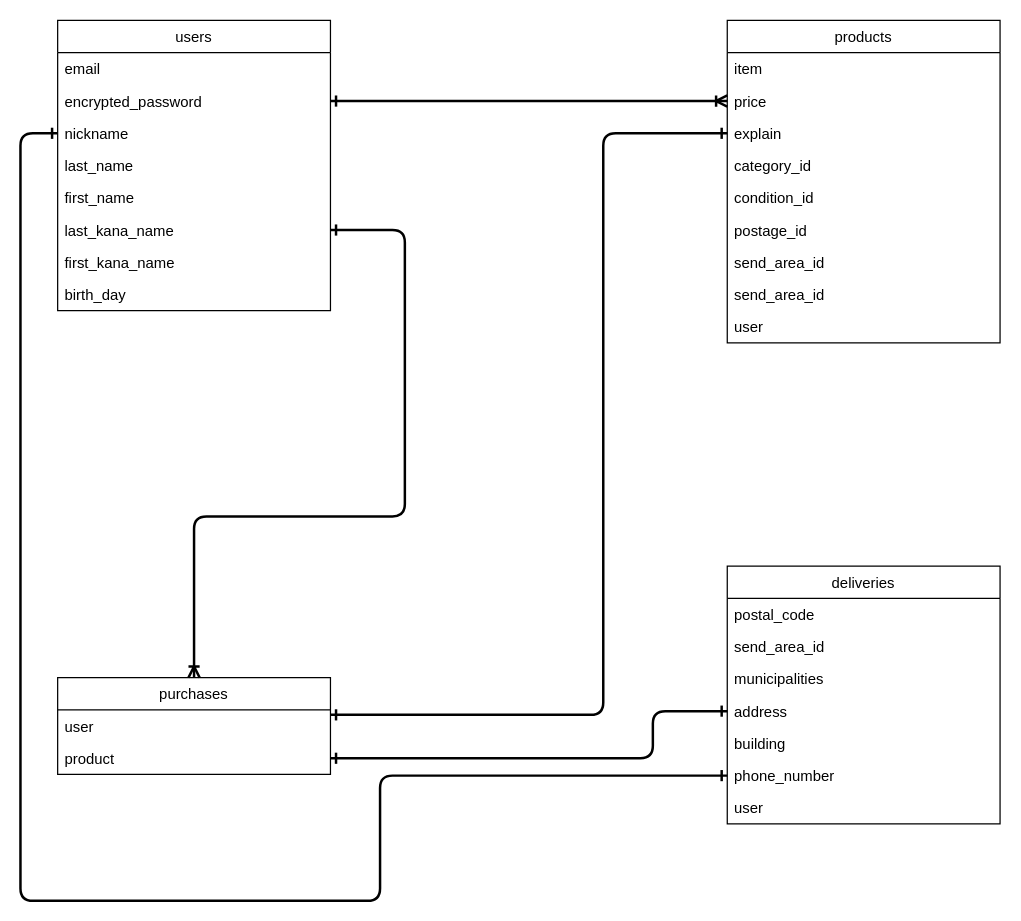
MSM-WOWL/furima-38145 keeps this draw.io diagram as Furima.dio. Above is the earlier version. Source tidied: cells renumbered, new cells numbered last; positions are measured from the earlier drawing's top-left corner, leaving out a move shared by most shapes. Both pictures are drawn from the tidied source at 124%, with x=0, y=0 at pixel (20, 20).
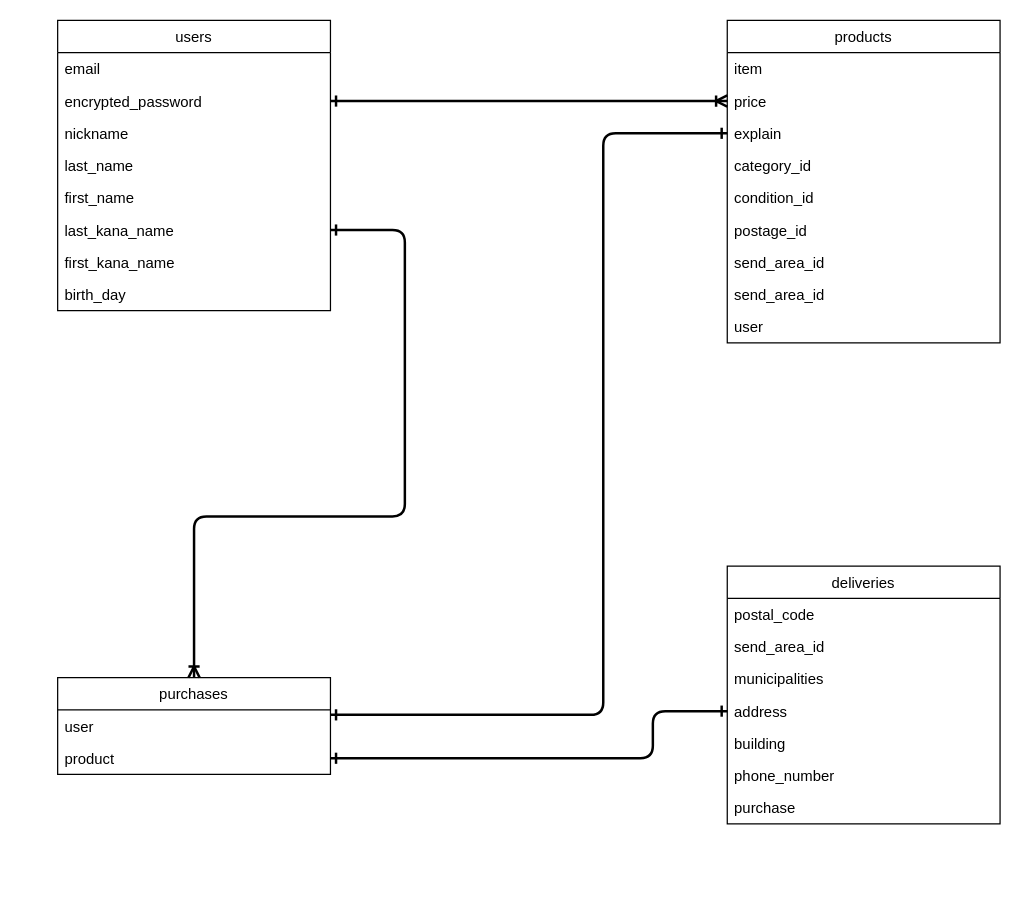
After the change.

Unchanged cells that the change refers to:
```xml
<mxCell id="5" value="nickname" style="text;strokeColor=none;fillColor=none;align=left;verticalAlign=top;spacingLeft=4;spacingRight=4;overflow=hidden;points=[[0,0.5],[1,0.5]];portConstraint=eastwest;" parent="2" vertex="1">
  <mxGeometry y="78" width="220" height="26" as="geometry" />
</mxCell>
<mxCell id="21" value="deliveries" style="swimlane;fontStyle=0;horizontal=1;startSize=26;fillColor=none;" parent="1" vertex="1">
  <mxGeometry x="570" y="440" width="220" height="208" as="geometry" />
</mxCell>
<mxCell id="27" value="phone_number" style="text;strokeColor=none;fillColor=none;align=left;verticalAlign=top;spacingLeft=4;spacingRight=4;overflow=hidden;points=[[0,0.5],[1,0.5]];portConstraint=eastwest;" parent="21" vertex="1">
  <mxGeometry y="156" width="220" height="26" as="geometry" />
</mxCell>
```

Diff of the diagram source:
```diff
@@
-    <mxCell id="28" value="user" style="text;strokeColor=none;fillColor=none;align=left;verticalAlign=top;spacingLeft=4;spacingRight=4;overflow=hidden;" parent="21" vertex="1">
+    <mxCell id="28" value="purchase" style="text;strokeColor=none;fillColor=none;align=left;verticalAlign=top;spacingLeft=4;spacingRight=4;overflow=hidden;" parent="21" vertex="1">
       <mxGeometry y="182" width="220" height="26" as="geometry" />
     </mxCell>
@@
-    <mxCell id="33" style="edgeStyle=none;html=1;exitX=0;exitY=0.5;exitDx=0;exitDy=0;entryX=0;entryY=0.5;entryDx=0;entryDy=0;endArrow=ERone;endFill=0;strokeWidth=2;startArrow=ERone;startFill=0;" parent="1" edge="1" source="5" target="27">
-      <mxGeometry relative="1" as="geometry">
-        <Array as="points">
-          <mxPoint y="91" />
-          <mxPoint y="120" />
-          <mxPoint y="180" />
-          <mxPoint y="290" />
-          <mxPoint y="500" />
-          <mxPoint y="710" />
-          <mxPoint x="290" y="710" />
-          <mxPoint x="290" y="609" />
-          <mxPoint x="390" y="609" />
-        </Array>
-      </mxGeometry>
-    </mxCell>
```
